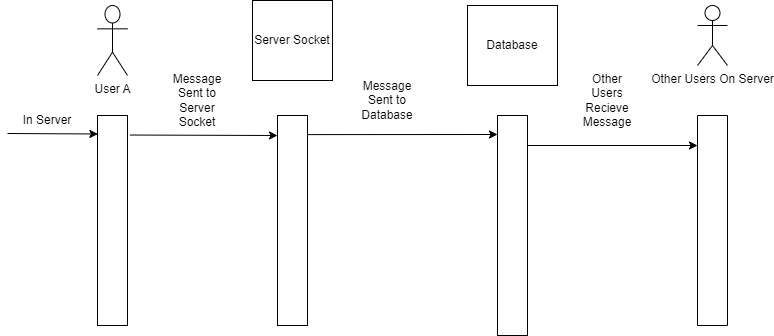
The draw.io diagram Images/Sequence Diagrams/ChatOnServersSequence.drawio.png in benlloyd50/Vox_Design_Documents, before a commit. Source tidied: cells renumbered, new cells last; positions are measured from the earlier drawing's top-left corner, leaving out a move shared by most shapes. Source of this version:
```xml
<mxGraphModel>
  <root>
    <mxCell id="0" />
    <mxCell id="1" parent="0" />
    <mxCell id="2" value="User A" style="shape=umlActor;verticalLabelPosition=bottom;verticalAlign=top;html=1;" parent="1" vertex="1">
      <mxGeometry x="90" y="5" width="30" height="70" as="geometry" />
    </mxCell>
    <mxCell id="3" style="rounded=0;whiteSpace=wrap;html=1;" parent="1" vertex="1">
      <mxGeometry x="90" y="115" width="30" height="210" as="geometry" />
    </mxCell>
    <mxCell id="4" style="endArrow=classic;html=1;rounded=0;entryX=0.013;entryY=0.088;entryDx=0;entryDy=0;entryPerimeter=0;" parent="1" edge="1" target="3">
      <mxGeometry relative="1" as="geometry">
        <mxPoint y="133" as="sourcePoint" />
      </mxGeometry>
    </mxCell>
    <mxCell id="5" value="In Server" style="text;html=1;strokeColor=none;fillColor=none;align=center;verticalAlign=middle;whiteSpace=wrap;rounded=0;" parent="1" vertex="1">
      <mxGeometry x="10" y="105" width="60" height="30" as="geometry" />
    </mxCell>
    <mxCell id="6" style="rounded=0;whiteSpace=wrap;html=1;" parent="1" vertex="1">
      <mxGeometry x="270" y="115" width="30" height="210" as="geometry" />
    </mxCell>
    <mxCell id="7" value="Server Socket" style="whiteSpace=wrap;html=1;" parent="1" vertex="1">
      <mxGeometry x="245" width="80" height="80" as="geometry" />
    </mxCell>
    <mxCell id="8" style="endArrow=classic;html=1;rounded=0;exitX=1.08;exitY=0.093;exitDx=0;exitDy=0;exitPerimeter=0;" parent="1" edge="1" source="3">
      <mxGeometry relative="1" as="geometry">
        <mxPoint x="270" y="135" as="targetPoint" />
      </mxGeometry>
    </mxCell>
    <mxCell id="9" value="Other Users On Server" style="shape=umlActor;verticalLabelPosition=bottom;verticalAlign=top;html=1;" parent="1" vertex="1">
      <mxGeometry x="690" y="5" width="30" height="60" as="geometry" />
    </mxCell>
    <mxCell id="10" style="swimlane;startSize=0;" parent="1" vertex="1">
      <mxGeometry x="690" y="115" width="30" height="210" as="geometry" />
    </mxCell>
    <mxCell id="11" value="Message Sent to Server Socket" style="text;html=1;strokeColor=none;fillColor=none;align=center;verticalAlign=middle;whiteSpace=wrap;rounded=0;" parent="1" vertex="1">
      <mxGeometry x="160" y="85" width="60" height="30" as="geometry" />
    </mxCell>
    <mxCell id="12" style="rounded=0;whiteSpace=wrap;html=1;" parent="1" vertex="1">
      <mxGeometry x="490" y="115" width="30" height="220" as="geometry" />
    </mxCell>
    <mxCell id="13" value="Database" style="rounded=0;whiteSpace=wrap;html=1;" parent="1" vertex="1">
      <mxGeometry x="460" y="5" width="90" height="80" as="geometry" />
    </mxCell>
    <mxCell id="14" style="endArrow=classic;html=1;rounded=0;exitX=1.013;exitY=0.091;exitDx=0;exitDy=0;exitPerimeter=0;" parent="1" edge="1" source="6">
      <mxGeometry relative="1" as="geometry">
        <mxPoint x="490" y="134" as="targetPoint" />
      </mxGeometry>
    </mxCell>
    <mxCell id="15" value="Message Sent to Database" style="text;html=1;strokeColor=none;fillColor=none;align=center;verticalAlign=middle;whiteSpace=wrap;rounded=0;" parent="1" vertex="1">
      <mxGeometry x="350" y="85" width="60" height="30" as="geometry" />
    </mxCell>
    <mxCell id="16" style="endArrow=classic;html=1;rounded=0;" parent="1" edge="1">
      <mxGeometry relative="1" as="geometry">
        <mxPoint x="520" y="145" as="sourcePoint" />
        <mxPoint x="690" y="145" as="targetPoint" />
      </mxGeometry>
    </mxCell>
    <mxCell id="17" value="Other Users Recieve Message" style="text;html=1;strokeColor=none;fillColor=none;align=center;verticalAlign=middle;whiteSpace=wrap;rounded=0;" parent="1" vertex="1">
      <mxGeometry x="570" y="85" width="60" height="30" as="geometry" />
    </mxCell>
  </root>
</mxGraphModel>
```
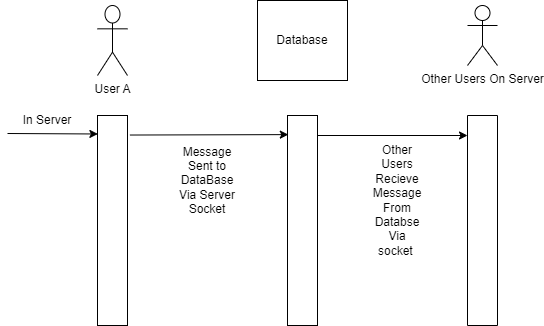
The same diagram one commit later.

Commit message:
Jesse's Sequence

Diff of the diagram source:
```diff
@@ -16,48 +16,32 @@
     <mxCell id="5" value="In Server" style="text;html=1;strokeColor=none;fillColor=none;align=center;verticalAlign=middle;whiteSpace=wrap;rounded=0;" parent="1" vertex="1">
       <mxGeometry x="10" y="105" width="60" height="30" as="geometry" />
     </mxCell>
-    <mxCell id="6" style="rounded=0;whiteSpace=wrap;html=1;" parent="1" vertex="1">
-      <mxGeometry x="270" y="115" width="30" height="210" as="geometry" />
-    </mxCell>
-    <mxCell id="7" value="Server Socket" style="whiteSpace=wrap;html=1;" parent="1" vertex="1">
-      <mxGeometry x="245" width="80" height="80" as="geometry" />
-    </mxCell>
-    <mxCell id="8" style="endArrow=classic;html=1;rounded=0;exitX=1.08;exitY=0.093;exitDx=0;exitDy=0;exitPerimeter=0;" parent="1" edge="1" source="3">
-      <mxGeometry relative="1" as="geometry">
-        <mxPoint x="270" y="135" as="targetPoint" />
-      </mxGeometry>
+    <mxCell id="8" style="endArrow=classic;html=1;rounded=0;exitX=1.08;exitY=0.093;exitDx=0;exitDy=0;exitPerimeter=0;entryX=0.027;entryY=0.091;entryDx=0;entryDy=0;entryPerimeter=0;" parent="1" edge="1" source="3" target="12">
+      <mxGeometry relative="1" as="geometry" />
     </mxCell>
     <mxCell id="9" value="Other Users On Server" style="shape=umlActor;verticalLabelPosition=bottom;verticalAlign=top;html=1;" parent="1" vertex="1">
-      <mxGeometry x="690" y="5" width="30" height="60" as="geometry" />
+      <mxGeometry x="460" y="5" width="30" height="60" as="geometry" />
     </mxCell>
     <mxCell id="10" style="swimlane;startSize=0;" parent="1" vertex="1">
-      <mxGeometry x="690" y="115" width="30" height="210" as="geometry" />
+      <mxGeometry x="460" y="115" width="30" height="210" as="geometry" />
     </mxCell>
-    <mxCell id="11" value="Message Sent to Server Socket" style="text;html=1;strokeColor=none;fillColor=none;align=center;verticalAlign=middle;whiteSpace=wrap;rounded=0;" parent="1" vertex="1">
-      <mxGeometry x="160" y="85" width="60" height="30" as="geometry" />
+    <mxCell id="11" value="Message Sent to DataBase Via Server Socket" style="text;html=1;strokeColor=none;fillColor=none;align=center;verticalAlign=middle;whiteSpace=wrap;rounded=0;" parent="1" vertex="1">
+      <mxGeometry x="170" y="165" width="60" height="30" as="geometry" />
     </mxCell>
     <mxCell id="12" style="rounded=0;whiteSpace=wrap;html=1;" parent="1" vertex="1">
-      <mxGeometry x="490" y="115" width="30" height="220" as="geometry" />
+      <mxGeometry x="280" y="115" width="30" height="210" as="geometry" />
     </mxCell>
     <mxCell id="13" value="Database" style="rounded=0;whiteSpace=wrap;html=1;" parent="1" vertex="1">
-      <mxGeometry x="460" y="5" width="90" height="80" as="geometry" />
+      <mxGeometry x="250" width="90" height="80" as="geometry" />
     </mxCell>
-    <mxCell id="14" style="endArrow=classic;html=1;rounded=0;exitX=1.013;exitY=0.091;exitDx=0;exitDy=0;exitPerimeter=0;" parent="1" edge="1" source="6">
-      <mxGeometry relative="1" as="geometry">
-        <mxPoint x="490" y="134" as="targetPoint" />
-      </mxGeometry>
-    </mxCell>
-    <mxCell id="15" value="Message Sent to Database" style="text;html=1;strokeColor=none;fillColor=none;align=center;verticalAlign=middle;whiteSpace=wrap;rounded=0;" parent="1" vertex="1">
-      <mxGeometry x="350" y="85" width="60" height="30" as="geometry" />
-    </mxCell>
     <mxCell id="16" style="endArrow=classic;html=1;rounded=0;" parent="1" edge="1">
       <mxGeometry relative="1" as="geometry">
-        <mxPoint x="520" y="145" as="sourcePoint" />
-        <mxPoint x="690" y="145" as="targetPoint" />
+        <mxPoint x="310" y="135" as="sourcePoint" />
+        <mxPoint x="460" y="135" as="targetPoint" />
       </mxGeometry>
     </mxCell>
-    <mxCell id="17" value="Other Users Recieve Message" style="text;html=1;strokeColor=none;fillColor=none;align=center;verticalAlign=middle;whiteSpace=wrap;rounded=0;" parent="1" vertex="1">
-      <mxGeometry x="570" y="85" width="60" height="30" as="geometry" />
+    <mxCell id="17" value="Other Users Recieve Message&lt;br&gt;From Databse Via socket&amp;nbsp;" style="text;html=1;strokeColor=none;fillColor=none;align=center;verticalAlign=middle;whiteSpace=wrap;rounded=0;" parent="1" vertex="1">
+      <mxGeometry x="360" y="185" width="60" height="30" as="geometry" />
     </mxCell>
   </root>
 </mxGraphModel>
```
